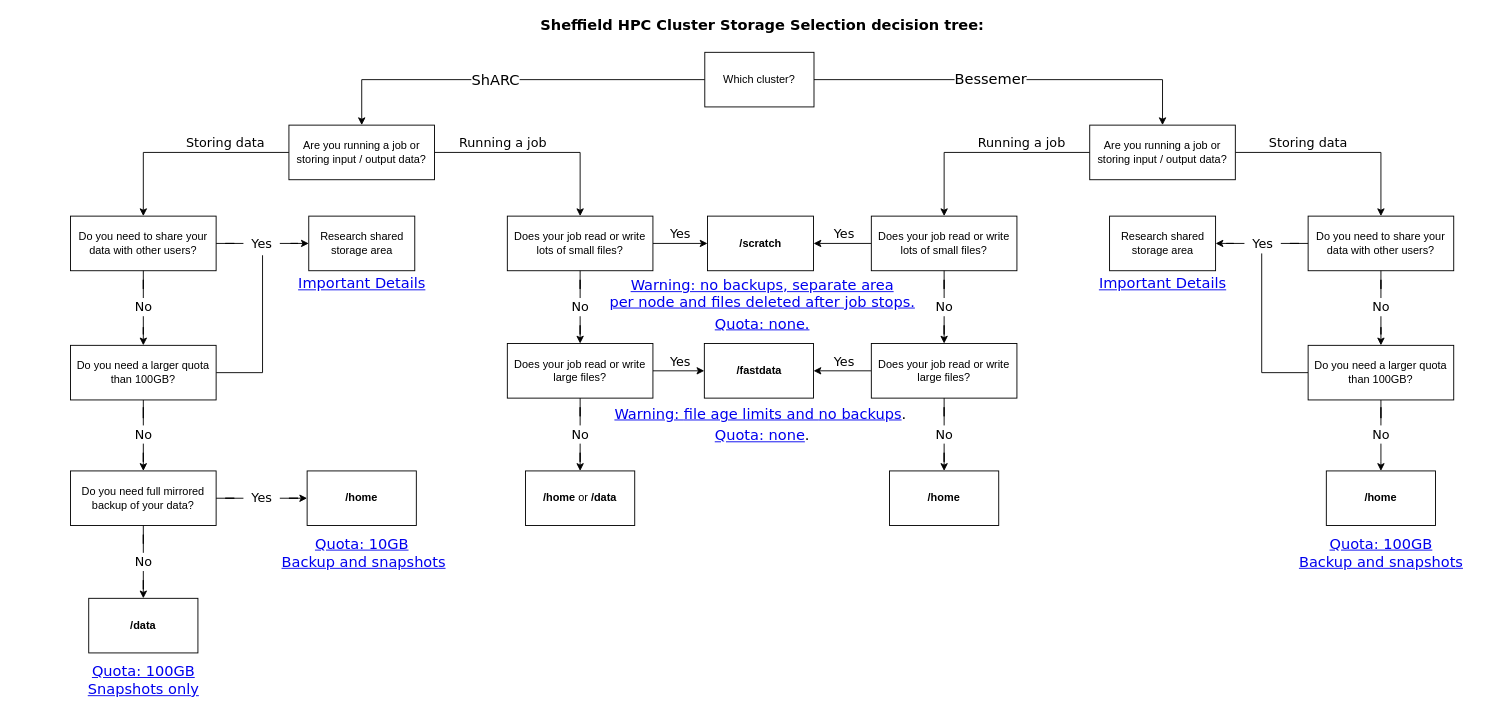
Above: hpc/Sheffield HPC Cluster Storage Selection decision tree.drawio.xml in willfurnass/sheffield_hpc (draw.io), before the change. Source tidied: cells renumbered, new cells numbered last; positions are measured from the earlier drawing's top-left corner, leaving out a move shared by most shapes. Both pictures are drawn from the tidied source at 91%, with x=0, y=0 at pixel (70, 15).
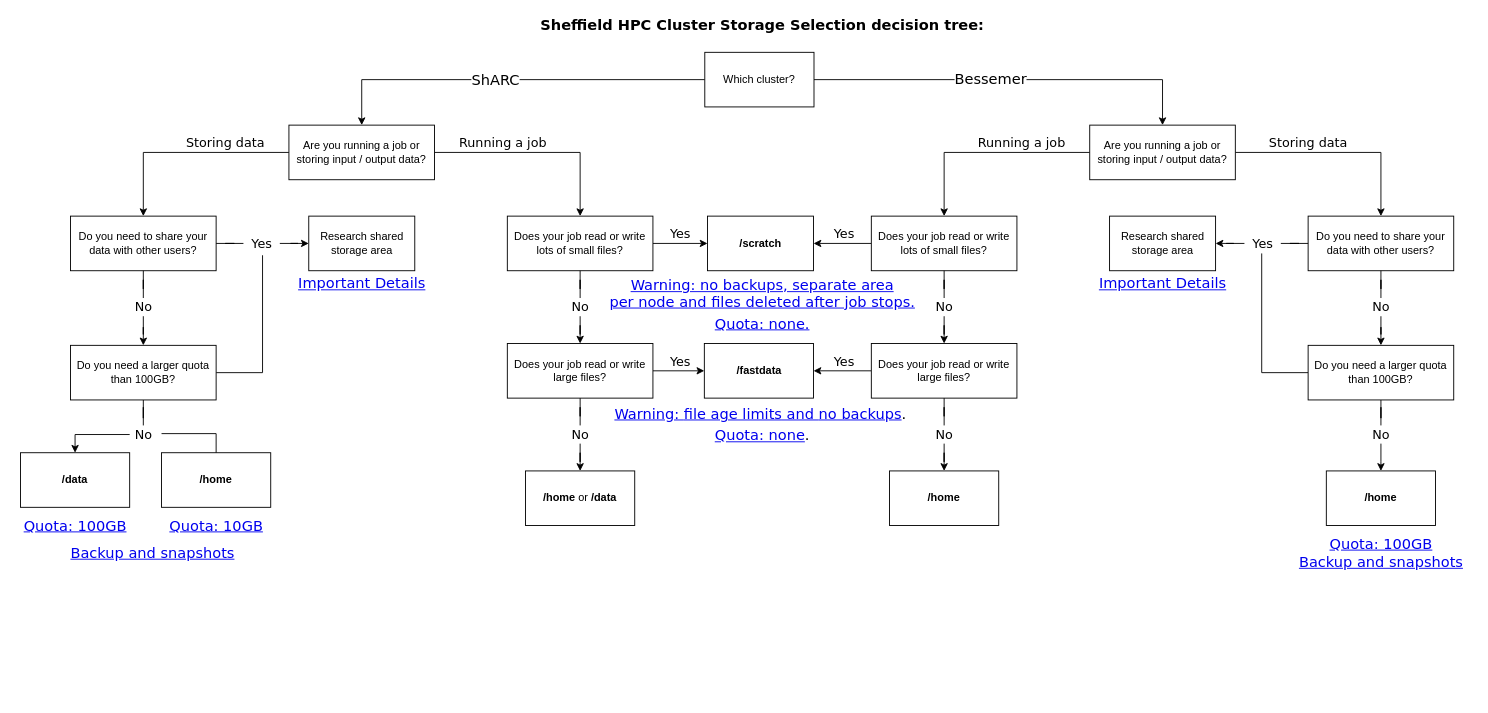
The same page after the edit.

Commit message (it also covers changes not shown here):
Update filestore snapshot and backup info

* ShARC /data now backed up
* Snapshot and backup frequency and retention info now more accurate and
  clearer

The change refers to these unchanged cells:
```xml
<mxCell id="89" value="No" style="text;html=1;align=center;verticalAlign=middle;points=[];strokeColor=none;fillColor=none;fontSize=14;fontFamily=Verdana;" parent="1" vertex="1">
  <mxGeometry x="65" y="450" width="30" height="20" as="geometry" />
</mxCell>
```

Change to the diagram source:
```diff
@@
-    <mxCell id="49" style="edgeStyle=orthogonalEdgeStyle;rounded=0;jettySize=auto;html=1;fontFamily=Verdana;fontSize=14;startArrow=none;" parent="1" edge="1" source="67" target="54">
-      <mxGeometry relative="1" as="geometry" />
-    </mxCell>
-    <mxCell id="50" style="edgeStyle=orthogonalEdgeStyle;rounded=0;jettySize=auto;html=1;fontFamily=Verdana;fontSize=14;startArrow=none;" parent="1" edge="1" source="65" target="53">
-      <mxGeometry relative="1" as="geometry" />
-    </mxCell>
-    <mxCell id="51" value="Do you need full mirrored backup of your data?" style="rounded=0;whiteSpace=wrap;html=1;spacing=8;" parent="1" vertex="1">
-      <mxGeometry y="500" width="160" height="60" as="geometry" />
-    </mxCell>
@@
     <mxCell id="53" value="&lt;b&gt;/home&lt;/b&gt;" style="rounded=0;whiteSpace=wrap;html=1;" parent="1" vertex="1">
-      <mxGeometry x="260" y="500" width="120" height="60" as="geometry" />
+      <mxGeometry x="100" y="480" width="120" height="60" as="geometry" />
     </mxCell>
     <mxCell id="54" value="&lt;b&gt;/data&lt;/b&gt;" style="rounded=0;whiteSpace=wrap;html=1;" parent="1" vertex="1">
-      <mxGeometry x="20" y="640" width="120" height="60" as="geometry" />
+      <mxGeometry x="-55" y="480" width="120" height="60" as="geometry" />
     </mxCell>
@@
-    <mxCell id="65" value="Yes" style="text;html=1;align=center;verticalAlign=middle;points=[];strokeColor=none;fillColor=none;fontSize=14;fontFamily=Verdana;" parent="1" vertex="1">
-      <mxGeometry x="190" y="520" width="40" height="20" as="geometry" />
-    </mxCell>
-    <mxCell id="66" style="edgeStyle=orthogonalEdgeStyle;rounded=0;jettySize=auto;html=1;fontFamily=Verdana;fontSize=14;endArrow=none;" parent="1" edge="1" source="51" target="65">
+    <mxCell id="66" style="edgeStyle=orthogonalEdgeStyle;rounded=0;jettySize=auto;html=1;fontFamily=Verdana;fontSize=14;endArrow=none;exitX=1.167;exitY=0.45;exitDx=0;exitDy=0;exitPerimeter=0;entryX=0.5;entryY=0;entryDx=0;entryDy=0;" parent="1" edge="1" source="89" target="53">
       <mxGeometry relative="1" as="geometry" />
     </mxCell>
-    <mxCell id="67" value="No" style="text;html=1;align=center;verticalAlign=middle;points=[];strokeColor=none;fillColor=none;fontSize=14;fontFamily=Verdana;" parent="1" vertex="1">
-      <mxGeometry x="65" y="590" width="30" height="20" as="geometry" />
-    </mxCell>
-    <mxCell id="68" style="edgeStyle=orthogonalEdgeStyle;rounded=0;jettySize=auto;html=1;fontFamily=Verdana;fontSize=14;endArrow=none;" parent="1" edge="1" source="51" target="67">
-      <mxGeometry relative="1" as="geometry" />
-    </mxCell>
@@
     <mxCell id="74" value="&lt;a href=&quot;https://docs.hpc.shef.ac.uk/en/latest/hpc/filestore.html#home-directories&quot;&gt;Quota: 10GB&lt;/a&gt;" style="text;html=1;align=center;verticalAlign=middle;strokeColor=none;fillColor=none;fontSize=16;fontFamily=Verdana;" parent="1" vertex="1">
-      <mxGeometry x="260" y="570" width="120" height="20" as="geometry" />
+      <mxGeometry x="100" y="550" width="120" height="20" as="geometry" />
     </mxCell>
     <mxCell id="75" value="&lt;a href=&quot;https://docs.hpc.shef.ac.uk/en/latest/hpc/filestore.html#data-directories&quot;&gt;Quota: 100GB&lt;/a&gt;" style="text;html=1;align=center;verticalAlign=middle;strokeColor=none;fillColor=none;fontSize=16;fontFamily=Verdana;" parent="1" vertex="1">
-      <mxGeometry x="15" y="710" width="130" height="20" as="geometry" />
+      <mxGeometry x="-60" y="550" width="130" height="20" as="geometry" />
     </mxCell>
@@
     <mxCell id="77" value="&lt;a href=&quot;https://docs.hpc.shef.ac.uk/en/latest/hpc/filestore.html#home-directories&quot;&gt;Backup and snapshots&lt;/a&gt;" style="text;html=1;align=center;verticalAlign=middle;strokeColor=none;fillColor=none;fontSize=16;fontFamily=Verdana;" parent="1" vertex="1">
-      <mxGeometry x="221.8" y="590" width="200" height="20" as="geometry" />
+      <mxGeometry x="-10" y="580" width="200" height="20" as="geometry" />
     </mxCell>
@@
-    <mxCell id="79" value="&lt;a href=&quot;https://docs.hpc.shef.ac.uk/en/latest/hpc/filestore.html#data-directories&quot;&gt;Snapshots only&lt;/a&gt;" style="text;html=1;align=center;verticalAlign=middle;strokeColor=none;fillColor=none;fontSize=16;fontFamily=Verdana;" parent="1" vertex="1">
-      <mxGeometry x="10" y="730" width="140" height="20" as="geometry" />
-    </mxCell>
@@
-    <mxCell id="88" style="edgeStyle=orthogonalEdgeStyle;rounded=0;jettySize=auto;html=1;" parent="1" edge="1" source="89" target="51">
-      <mxGeometry relative="1" as="geometry" />
+    <mxCell id="88" style="edgeStyle=orthogonalEdgeStyle;rounded=0;jettySize=auto;html=1;exitX=0;exitY=0.5;exitDx=0;exitDy=0;exitPerimeter=0;" parent="1" edge="1" source="89" target="54">
+      <mxGeometry relative="1" as="geometry">
+        <Array as="points">
+          <mxPoint x="5" y="460" />
+        </Array>
+      </mxGeometry>
     </mxCell>
```
